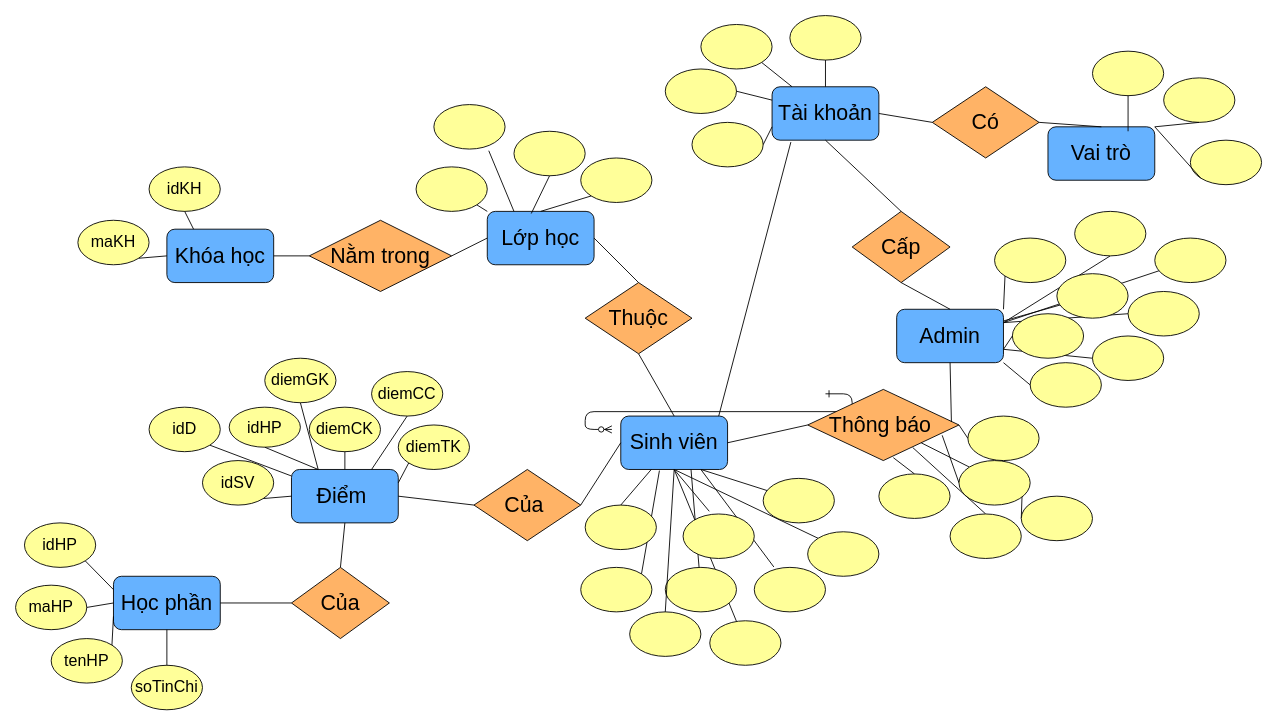
The draw.io diagram Biểu đồ không có tiêu đề.drawio in tqminhchan/code_ttud, before the edit. Source tidied: cells renumbered, new cells numbered last; positions are measured from the earlier drawing's top-left corner, leaving out a move shared by most shapes. Both pictures are drawn from the tidied source at 89%, with x=0, y=0 at pixel (15, 15).
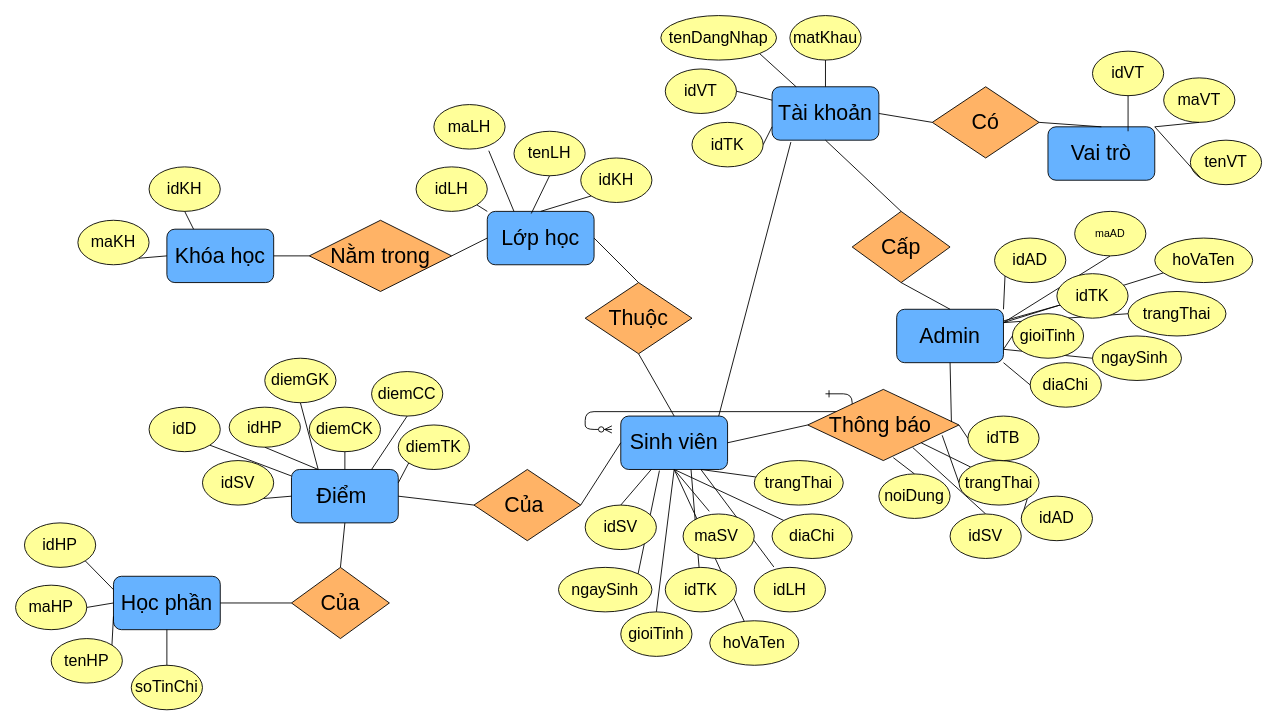
The same page after the edit.

Commit message (it also covers changes not shown here):
Cập nhật Biểu đồ không có tiêu đề.drawio

Change to the diagram source:
```diff
@@
-    <mxCell id="50" style="ellipse;whiteSpace=wrap;html=1;fillColor=#FFFF99;" parent="1" vertex="1">
-      <mxGeometry x="780" y="680" width="80" height="50" as="geometry" />
+    <mxCell id="50" value="&lt;font style=&quot;font-size: 18px;&quot;&gt;hoVaTen&lt;/font&gt;" style="ellipse;whiteSpace=wrap;html=1;fillColor=#FFFF99;" parent="1" vertex="1">
+      <mxGeometry x="780" y="680" width="100" height="50" as="geometry" />
     </mxCell>
-    <mxCell id="51" style="ellipse;whiteSpace=wrap;html=1;fillColor=#FFFF99;" parent="1" vertex="1">
-      <mxGeometry x="890" y="580" width="80" height="50" as="geometry" />
+    <mxCell id="51" value="&lt;font style=&quot;font-size: 18px;&quot;&gt;diaChi&lt;/font&gt;" style="ellipse;whiteSpace=wrap;html=1;fillColor=#FFFF99;" parent="1" vertex="1">
+      <mxGeometry x="850" y="560" width="90" height="50" as="geometry" />
     </mxCell>
-    <mxCell id="52" style="ellipse;whiteSpace=wrap;html=1;fillColor=#FFFF99;" parent="1" vertex="1">
-      <mxGeometry x="690" y="670" width="80" height="50" as="geometry" />
+    <mxCell id="52" value="&lt;font style=&quot;font-size: 18px;&quot;&gt;gioiTinh&lt;/font&gt;" style="ellipse;whiteSpace=wrap;html=1;fillColor=#FFFF99;" parent="1" vertex="1">
+      <mxGeometry x="680" y="670" width="80" height="50" as="geometry" />
     </mxCell>
-    <mxCell id="53" style="ellipse;whiteSpace=wrap;html=1;fillColor=#FFFF99;" parent="1" vertex="1">
+    <mxCell id="53" value="&lt;font style=&quot;font-size: 18px;&quot;&gt;idSV&lt;/font&gt;" style="ellipse;whiteSpace=wrap;html=1;fillColor=#FFFF99;" parent="1" vertex="1">
       <mxGeometry x="640" y="550" width="80" height="50" as="geometry" />
     </mxCell>
-    <mxCell id="54" style="ellipse;whiteSpace=wrap;html=1;fillColor=#FFFF99;" parent="1" vertex="1">
-      <mxGeometry x="635" y="620" width="80" height="50" as="geometry" />
+    <mxCell id="54" value="&lt;font style=&quot;font-size: 18px;&quot;&gt;ngaySinh&lt;/font&gt;" style="ellipse;whiteSpace=wrap;html=1;fillColor=#FFFF99;" parent="1" vertex="1">
+      <mxGeometry x="610" y="620" width="105" height="50" as="geometry" />
     </mxCell>
-    <mxCell id="55" style="ellipse;whiteSpace=wrap;html=1;fillColor=#FFFF99;" parent="1" vertex="1">
+    <mxCell id="55" value="&lt;font style=&quot;font-size: 18px;&quot;&gt;idLH&lt;/font&gt;" style="ellipse;whiteSpace=wrap;html=1;fillColor=#FFFF99;" parent="1" vertex="1">
       <mxGeometry x="830" y="620" width="80" height="50" as="geometry" />
     </mxCell>
-    <mxCell id="56" style="ellipse;whiteSpace=wrap;html=1;fillColor=#FFFF99;" parent="1" vertex="1">
-      <mxGeometry x="840" y="520" width="80" height="50" as="geometry" />
+    <mxCell id="56" value="&lt;font style=&quot;font-size: 18px;&quot;&gt;trangThai&lt;/font&gt;" style="ellipse;whiteSpace=wrap;html=1;fillColor=#FFFF99;" parent="1" vertex="1">
+      <mxGeometry x="830" y="500" width="100" height="50" as="geometry" />
     </mxCell>
-    <mxCell id="57" style="ellipse;whiteSpace=wrap;html=1;fillColor=#FFFF99;" parent="1" vertex="1">
+    <mxCell id="57" value="&lt;font style=&quot;font-size: 18px;&quot;&gt;idTK&lt;/font&gt;" style="ellipse;whiteSpace=wrap;html=1;fillColor=#FFFF99;" parent="1" vertex="1">
       <mxGeometry x="730" y="620" width="80" height="50" as="geometry" />
     </mxCell>
-    <mxCell id="58" style="ellipse;whiteSpace=wrap;html=1;fillColor=#FFFF99;" parent="1" vertex="1">
+    <mxCell id="58" value="&lt;font style=&quot;font-size: 18px;&quot;&gt;maSV&amp;nbsp;&lt;/font&gt;" style="ellipse;whiteSpace=wrap;html=1;fillColor=#FFFF99;" parent="1" vertex="1">
       <mxGeometry x="750" y="560" width="80" height="50" as="geometry" />
     </mxCell>
@@
-    <mxCell id="82" style="ellipse;whiteSpace=wrap;html=1;fillColor=#FFFF99;" parent="1" vertex="1">
+    <mxCell id="82" value="&lt;font style=&quot;font-size: 18px;&quot;&gt;idVT&lt;/font&gt;" style="ellipse;whiteSpace=wrap;html=1;fillColor=#FFFF99;" parent="1" vertex="1">
       <mxGeometry x="730" y="60" width="80" height="50" as="geometry" />
     </mxCell>
-    <mxCell id="83" style="ellipse;whiteSpace=wrap;html=1;fillColor=#FFFF99;" parent="1" vertex="1">
+    <mxCell id="83" value="&lt;font style=&quot;font-size: 18px;&quot;&gt;matKhau&lt;/font&gt;" style="ellipse;whiteSpace=wrap;html=1;fillColor=#FFFF99;" parent="1" vertex="1">
       <mxGeometry x="870" width="80" height="50" as="geometry" />
     </mxCell>
-    <mxCell id="84" style="ellipse;whiteSpace=wrap;html=1;fillColor=#FFFF99;" parent="1" vertex="1">
+    <mxCell id="84" value="&lt;font style=&quot;font-size: 18px;&quot;&gt;idTK&lt;/font&gt;" style="ellipse;whiteSpace=wrap;html=1;fillColor=#FFFF99;" parent="1" vertex="1">
       <mxGeometry x="760" y="120" width="80" height="50" as="geometry" />
     </mxCell>
-    <mxCell id="85" style="ellipse;whiteSpace=wrap;html=1;fillColor=#FFFF99;" parent="1" vertex="1">
-      <mxGeometry x="770" y="10" width="80" height="50" as="geometry" />
+    <mxCell id="85" value="&lt;font style=&quot;font-size: 18px;&quot;&gt;tenDangNhap&lt;/font&gt;" style="ellipse;whiteSpace=wrap;html=1;fillColor=#FFFF99;" parent="1" vertex="1">
+      <mxGeometry x="725" width="130" height="50" as="geometry" />
     </mxCell>
@@
-    <mxCell id="90" style="ellipse;whiteSpace=wrap;html=1;fillColor=#FFFF99;" parent="1" vertex="1">
+    <mxCell id="90" value="&lt;font style=&quot;font-size: 18px;&quot;&gt;maLH&lt;/font&gt;" style="ellipse;whiteSpace=wrap;html=1;fillColor=#FFFF99;" parent="1" vertex="1">
       <mxGeometry x="470" y="100" width="80" height="50" as="geometry" />
     </mxCell>
-    <mxCell id="91" style="ellipse;whiteSpace=wrap;html=1;fillColor=#FFFF99;" parent="1" vertex="1">
+    <mxCell id="91" value="&lt;font style=&quot;font-size: 18px;&quot;&gt;idKH&lt;/font&gt;" style="ellipse;whiteSpace=wrap;html=1;fillColor=#FFFF99;" parent="1" vertex="1">
       <mxGeometry x="635" y="160" width="80" height="50" as="geometry" />
     </mxCell>
-    <mxCell id="92" style="ellipse;whiteSpace=wrap;html=1;fillColor=#FFFF99;" parent="1" vertex="1">
+    <mxCell id="92" value="&lt;font style=&quot;font-size: 18px;&quot;&gt;tenLH&lt;/font&gt;" style="ellipse;whiteSpace=wrap;html=1;fillColor=#FFFF99;" parent="1" vertex="1">
       <mxGeometry x="560" y="130" width="80" height="50" as="geometry" />
     </mxCell>
-    <mxCell id="93" style="ellipse;whiteSpace=wrap;html=1;fillColor=#FFFF99;" parent="1" vertex="1">
+    <mxCell id="93" value="&lt;font style=&quot;font-size: 18px;&quot;&gt;idLH&lt;/font&gt;" style="ellipse;whiteSpace=wrap;html=1;fillColor=#FFFF99;" parent="1" vertex="1">
       <mxGeometry x="450" y="170" width="80" height="50" as="geometry" />
     </mxCell>
@@
-    <mxCell id="98" style="ellipse;whiteSpace=wrap;html=1;fillColor=#FFFF99;" parent="1" vertex="1">
+    <mxCell id="98" value="&lt;font style=&quot;font-size: 18px;&quot;&gt;idAD&lt;/font&gt;" style="ellipse;whiteSpace=wrap;html=1;fillColor=#FFFF99;" parent="1" vertex="1">
       <mxGeometry x="1130" y="540" width="80" height="50" as="geometry" />
     </mxCell>
-    <mxCell id="99" style="ellipse;whiteSpace=wrap;html=1;fillColor=#FFFF99;" parent="1" vertex="1">
+    <mxCell id="99" value="&lt;font style=&quot;font-size: 18px;&quot;&gt;idSV&lt;/font&gt;" style="ellipse;whiteSpace=wrap;html=1;fillColor=#FFFF99;" parent="1" vertex="1">
       <mxGeometry x="1050" y="560" width="80" height="50" as="geometry" />
     </mxCell>
-    <mxCell id="100" style="ellipse;whiteSpace=wrap;html=1;fillColor=#FFFF99;" parent="1" vertex="1">
+    <mxCell id="100" value="&lt;font style=&quot;font-size: 18px;&quot;&gt;noiDung&lt;/font&gt;" style="ellipse;whiteSpace=wrap;html=1;fillColor=#FFFF99;" parent="1" vertex="1">
       <mxGeometry x="970" y="515" width="80" height="50" as="geometry" />
     </mxCell>
-    <mxCell id="101" style="ellipse;whiteSpace=wrap;html=1;fillColor=#FFFF99;" parent="1" vertex="1">
+    <mxCell id="101" value="&lt;font style=&quot;font-size: 18px;&quot;&gt;idTB&lt;/font&gt;" style="ellipse;whiteSpace=wrap;html=1;fillColor=#FFFF99;" parent="1" vertex="1">
       <mxGeometry x="1070" y="450" width="80" height="50" as="geometry" />
     </mxCell>
-    <mxCell id="102" style="ellipse;whiteSpace=wrap;html=1;fillColor=#FFFF99;" parent="1" vertex="1">
+    <mxCell id="102" value="&lt;font style=&quot;font-size: 18px;&quot;&gt;tenVT&lt;/font&gt;" style="ellipse;whiteSpace=wrap;html=1;fillColor=#FFFF99;" parent="1" vertex="1">
       <mxGeometry x="1320" y="140" width="80" height="50" as="geometry" />
     </mxCell>
-    <mxCell id="103" style="ellipse;whiteSpace=wrap;html=1;fillColor=#FFFF99;" parent="1" vertex="1">
+    <mxCell id="103" value="&lt;font style=&quot;font-size: 18px;&quot;&gt;maVT&lt;/font&gt;" style="ellipse;whiteSpace=wrap;html=1;fillColor=#FFFF99;" parent="1" vertex="1">
       <mxGeometry x="1290" y="70" width="80" height="50" as="geometry" />
     </mxCell>
-    <mxCell id="104" style="ellipse;whiteSpace=wrap;html=1;fillColor=#FFFF99;" parent="1" vertex="1">
+    <mxCell id="104" value="&lt;font style=&quot;font-size: 18px;&quot;&gt;idVT&lt;/font&gt;" style="ellipse;whiteSpace=wrap;html=1;fillColor=#FFFF99;" parent="1" vertex="1">
       <mxGeometry x="1210" y="40" width="80" height="50" as="geometry" />
     </mxCell>
@@
-    <mxCell id="113" style="ellipse;whiteSpace=wrap;html=1;fillColor=#FFFF99;" parent="1" vertex="1">
-      <mxGeometry x="1060" y="500" width="80" height="50" as="geometry" />
+    <mxCell id="113" value="&lt;font style=&quot;font-size: 18px;&quot;&gt;trangThai&lt;/font&gt;" style="ellipse;whiteSpace=wrap;html=1;fillColor=#FFFF99;" parent="1" vertex="1">
+      <mxGeometry x="1060" y="500" width="90" height="50" as="geometry" />
     </mxCell>
-    <mxCell id="114" style="ellipse;whiteSpace=wrap;html=1;fillColor=#FFFF99;" parent="1" vertex="1">
+    <mxCell id="114" value="&lt;font style=&quot;font-size: 18px;&quot;&gt;diaChi&lt;/font&gt;" style="ellipse;whiteSpace=wrap;html=1;fillColor=#FFFF99;" parent="1" vertex="1">
       <mxGeometry x="1140" y="390" width="80" height="50" as="geometry" />
     </mxCell>
-    <mxCell id="115" style="ellipse;whiteSpace=wrap;html=1;fillColor=#FFFF99;" parent="1" vertex="1">
-      <mxGeometry x="1280" y="250" width="80" height="50" as="geometry" />
+    <mxCell id="115" value="&lt;font style=&quot;font-size: 18px;&quot;&gt;hoVaTen&lt;/font&gt;" style="ellipse;whiteSpace=wrap;html=1;fillColor=#FFFF99;" parent="1" vertex="1">
+      <mxGeometry x="1280" y="250" width="110" height="50" as="geometry" />
     </mxCell>
-    <mxCell id="116" style="ellipse;whiteSpace=wrap;html=1;fillColor=#FFFF99;" parent="1" vertex="1">
+    <mxCell id="116" value="maAD" style="ellipse;whiteSpace=wrap;html=1;fillColor=#FFFF99;" parent="1" vertex="1">
       <mxGeometry x="1190" y="220" width="80" height="50" as="geometry" />
     </mxCell>
-    <mxCell id="117" style="ellipse;whiteSpace=wrap;html=1;fillColor=#FFFF99;" parent="1" vertex="1">
-      <mxGeometry x="1250" y="310" width="80" height="50" as="geometry" />
+    <mxCell id="117" value="&lt;font style=&quot;font-size: 18px;&quot;&gt;trangThai&lt;/font&gt;" style="ellipse;whiteSpace=wrap;html=1;fillColor=#FFFF99;" parent="1" vertex="1">
+      <mxGeometry x="1250" y="310" width="110" height="50" as="geometry" />
     </mxCell>
-    <mxCell id="118" style="ellipse;whiteSpace=wrap;html=1;fillColor=#FFFF99;" parent="1" vertex="1">
-      <mxGeometry x="1210" y="360" width="80" height="50" as="geometry" />
+    <mxCell id="118" value="&lt;font style=&quot;font-size: 18px;&quot;&gt;ngaySinh&amp;nbsp;&lt;/font&gt;" style="ellipse;whiteSpace=wrap;html=1;fillColor=#FFFF99;" parent="1" vertex="1">
+      <mxGeometry x="1210" y="360" width="100" height="50" as="geometry" />
     </mxCell>
-    <mxCell id="119" style="ellipse;whiteSpace=wrap;html=1;fillColor=#FFFF99;" parent="1" vertex="1">
+    <mxCell id="119" value="&lt;font style=&quot;font-size: 18px;&quot;&gt;gioiTinh&lt;/font&gt;" style="ellipse;whiteSpace=wrap;html=1;fillColor=#FFFF99;" parent="1" vertex="1">
       <mxGeometry x="1120" y="335" width="80" height="50" as="geometry" />
     </mxCell>
-    <mxCell id="120" style="ellipse;whiteSpace=wrap;html=1;fillColor=#FFFF99;" parent="1" vertex="1">
+    <mxCell id="120" value="&lt;font style=&quot;font-size: 18px;&quot;&gt;idTK&lt;/font&gt;" style="ellipse;whiteSpace=wrap;html=1;fillColor=#FFFF99;" parent="1" vertex="1">
       <mxGeometry x="1170" y="290" width="80" height="50" as="geometry" />
     </mxCell>
-    <mxCell id="121" style="ellipse;whiteSpace=wrap;html=1;fillColor=#FFFF99;" parent="1" vertex="1">
+    <mxCell id="121" value="&lt;font style=&quot;font-size: 18px;&quot;&gt;idAD&lt;/font&gt;" style="ellipse;whiteSpace=wrap;html=1;fillColor=#FFFF99;" parent="1" vertex="1">
       <mxGeometry x="1100" y="250" width="80" height="50" as="geometry" />
     </mxCell>
```
